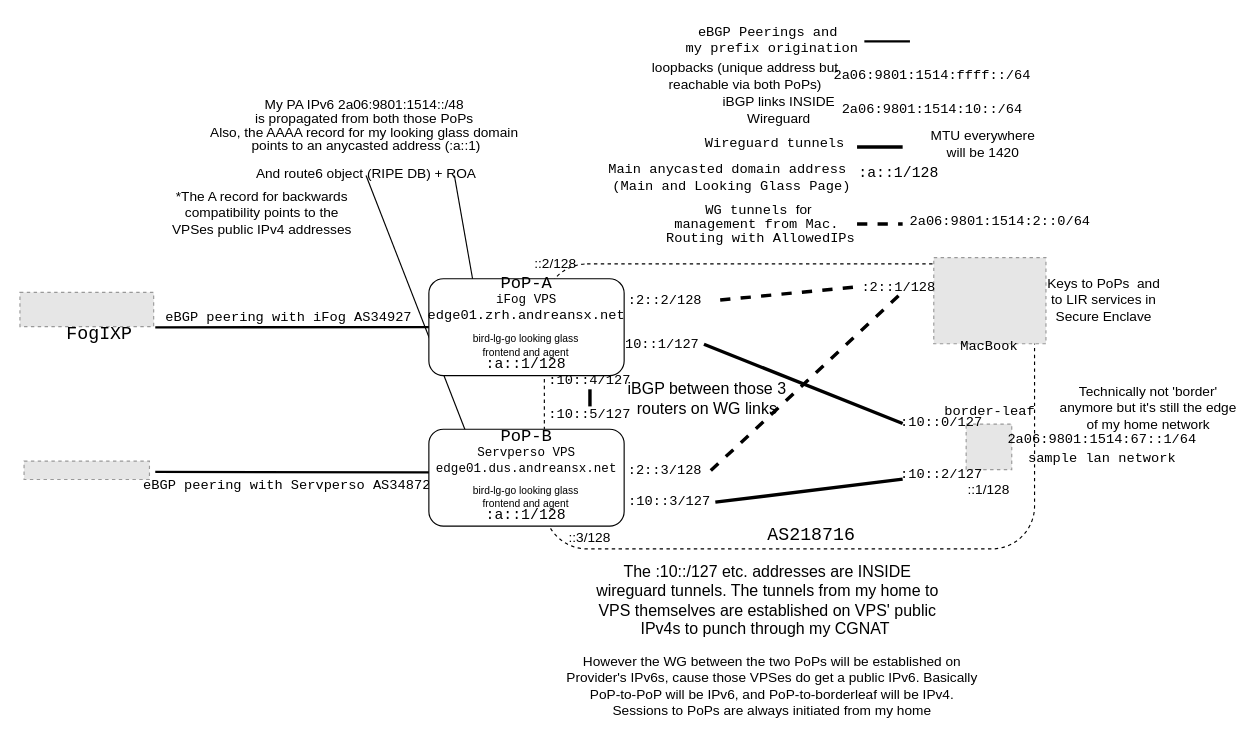
Above: media/ownassimplified.drawio in Andreansx/AS218716-Networking-lab (draw.io), before the change. Source tidied: cells renumbered, new cells numbered last; positions are measured from the earlier drawing's top-left corner, leaving out a move shared by most shapes. Both pictures are drawn from the tidied source at 114%, with x=0, y=0 at pixel (19, 24). Pictures stored in the file or linked from it are replaced by grey dashed boxes.
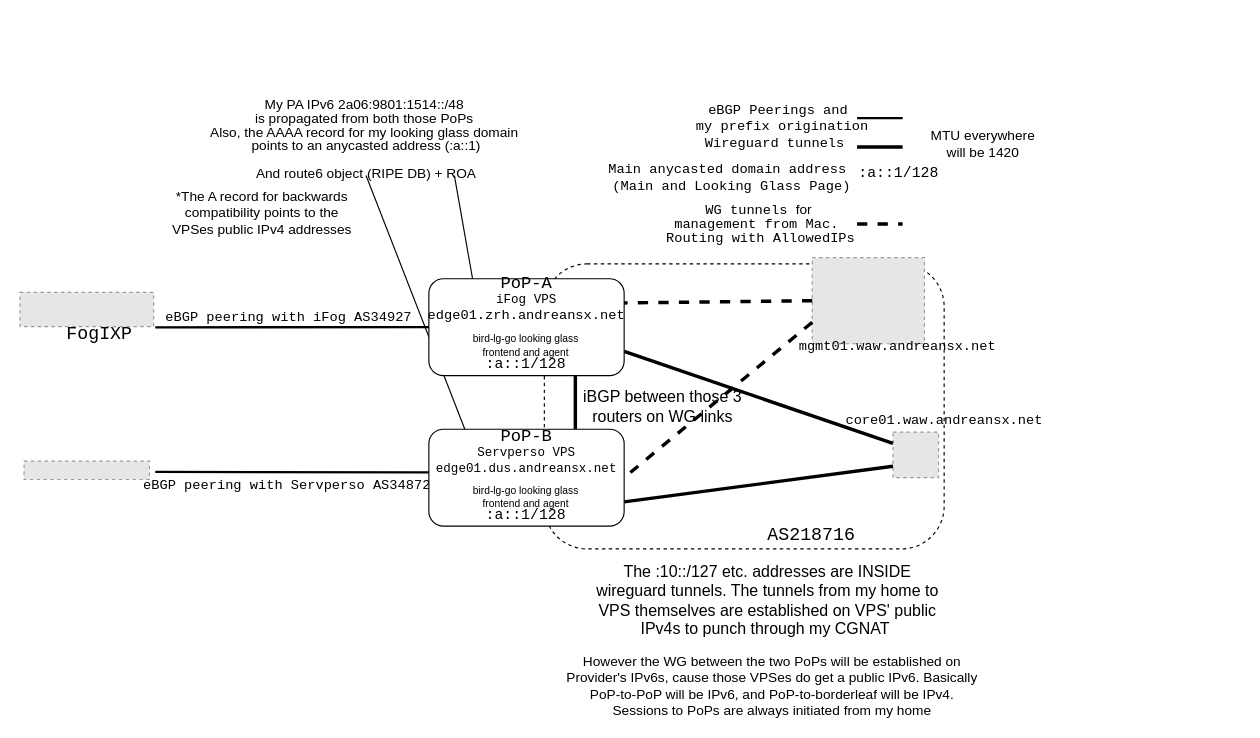
The same page after the edit.

Unchanged cells that the change refers to:
```xml
<mxCell id="38" style="rounded=1;whiteSpace=wrap;html=1;" parent="1" vertex="1">
  <mxGeometry x="358.7" y="223" width="171.3" height="85" as="geometry" />
</mxCell>
<mxCell id="41" style="rounded=1;whiteSpace=wrap;html=1;" parent="1" vertex="1">
  <mxGeometry x="358.7" y="355" width="171.3" height="85" as="geometry" />
</mxCell>
```

Change to the diagram source:
```diff
@@
     <mxCell id="2" style="rounded=1;whiteSpace=wrap;html=1;fillColor=none;dashed=1;" parent="1" vertex="1">
-      <mxGeometry x="460" y="210" width="430" height="250" as="geometry" />
+      <mxGeometry x="460" y="210" width="350.7" height="250" as="geometry" />
     </mxCell>
     <mxCell id="3" style="fillColor=#E6E6E6;strokeColor=#999999;dashed=1;verticalLabelPosition=bottom;verticalAlign=top;" parent="1" vertex="1">
-      <mxGeometry x="830" y="350.5" width="40" height="40" as="geometry" />
+      <mxGeometry x="765.8" y="357.5" width="40" height="40" as="geometry" />
     </mxCell>
-    <mxCell id="4" value="&lt;div style=&quot;line-height: 10%;&quot;&gt;&lt;pre&gt;border-leaf&lt;/pre&gt;&lt;/div&gt;" style="text;html=1;whiteSpace=wrap;strokeColor=none;fillColor=none;align=center;verticalAlign=middle;rounded=0;" parent="1" vertex="1">
-      <mxGeometry x="805.8" y="332" width="90" height="15" as="geometry" />
+    <mxCell id="4" value="&lt;div style=&quot;line-height: 10%;&quot;&gt;&lt;pre&gt;core01.waw.andreansx.net&lt;/pre&gt;&lt;/div&gt;" style="text;html=1;whiteSpace=wrap;strokeColor=none;fillColor=none;align=center;verticalAlign=middle;rounded=0;" parent="1" vertex="1">
+      <mxGeometry x="765.8" y="340" width="90" height="15" as="geometry" />
     </mxCell>
@@
     <mxCell id="10" value="&lt;p&gt;&lt;font style=&quot;font-size: 14px;&quot;&gt;iBGP between those 3 routers on WG links&lt;/font&gt;&lt;/p&gt;" style="text;html=1;whiteSpace=wrap;strokeColor=none;fillColor=none;align=center;verticalAlign=middle;rounded=0;" parent="1" vertex="1">
-      <mxGeometry x="523" y="312.5" width="160" height="30" as="geometry" />
+      <mxGeometry x="484.3" y="320" width="160" height="30" as="geometry" />
     </mxCell>
-    <mxCell id="11" value="::2/128" style="text;html=1;whiteSpace=wrap;strokeColor=none;fillColor=none;align=center;verticalAlign=middle;rounded=0;fontColor=light-dark(#000000,#3399FF);" parent="1" vertex="1">
-      <mxGeometry x="440" y="195" width="60" height="30" as="geometry" />
-    </mxCell>
-    <mxCell id="12" value="::3/128" style="text;html=1;whiteSpace=wrap;strokeColor=none;fillColor=none;align=center;verticalAlign=middle;rounded=0;fontColor=light-dark(#000000,#3399FF);" parent="1" vertex="1">
-      <mxGeometry x="470" y="435" width="60" height="30" as="geometry" />
-    </mxCell>
-    <mxCell id="13" value="::1/128" style="text;html=1;whiteSpace=wrap;strokeColor=none;fillColor=none;align=center;verticalAlign=middle;rounded=0;fontColor=light-dark(#000000,#3399FF);" parent="1" vertex="1">
-      <mxGeometry x="820" y="392.5" width="60" height="30" as="geometry" />
-    </mxCell>
-    <mxCell id="14" value="&lt;pre&gt;2a06:9801:1514:10::/64&lt;/pre&gt;" style="text;html=1;whiteSpace=wrap;strokeColor=none;fillColor=none;align=center;verticalAlign=middle;rounded=0;fontColor=light-dark(#000000,#FF3399);" parent="1" vertex="1">
-      <mxGeometry x="720.7" y="60" width="159.3" height="30" as="geometry" />
-    </mxCell>
-    <mxCell id="15" value="iBGP links INSIDE Wireguard" style="text;html=1;whiteSpace=wrap;strokeColor=none;fillColor=none;align=center;verticalAlign=middle;rounded=0;" parent="1" vertex="1">
-      <mxGeometry x="610.7" y="60" width="110" height="30" as="geometry" />
-    </mxCell>
-    <mxCell id="16" value="&lt;pre&gt;&lt;span style=&quot;&quot;&gt;2a06:9801:1514:ffff::/64&lt;/span&gt;&lt;/pre&gt;" style="text;html=1;whiteSpace=wrap;strokeColor=none;fillColor=none;align=center;verticalAlign=middle;rounded=0;fontColor=light-dark(#000000,#3399FF);" parent="1" vertex="1">
-      <mxGeometry x="720.7" y="30" width="159.3" height="30" as="geometry" />
-    </mxCell>
-    <mxCell id="17" value="loopbacks (unique address but reachable via both PoPs)" style="text;html=1;whiteSpace=wrap;strokeColor=none;fillColor=none;align=center;verticalAlign=middle;rounded=0;" parent="1" vertex="1">
-      <mxGeometry x="551.1" y="30" width="171.3" height="30" as="geometry" />
-    </mxCell>
-    <mxCell id="18" style="endArrow=none;html=1;rounded=0;entryX=0;entryY=0.5;entryDx=0;entryDy=0;strokeColor=light-dark(#000000,#88171A);strokeWidth=3;exitX=1;exitY=0.5;exitDx=0;exitDy=0;" parent="1" edge="1" source="22" target="19">
+    <mxCell id="18" style="endArrow=none;html=1;rounded=0;entryX=0;entryY=0.25;entryDx=0;entryDy=0;strokeColor=light-dark(#000000,#88171A);strokeWidth=3;exitX=1;exitY=0.75;exitDx=0;exitDy=0;" parent="1" edge="1" source="38" target="3">
       <mxGeometry relative="1" as="geometry" />
     </mxCell>
-    <mxCell id="19" value="&lt;pre&gt;:10::0/127&lt;/pre&gt;" style="text;html=1;whiteSpace=wrap;strokeColor=none;fillColor=none;align=center;verticalAlign=middle;rounded=0;fontColor=light-dark(#000000,#FF3399);" parent="1" vertex="1">
-      <mxGeometry x="774.3" y="342.5" width="69.3" height="15" as="geometry" />
-    </mxCell>
-    <mxCell id="20" style="endArrow=none;html=1;rounded=0;entryX=0;entryY=0.75;entryDx=0;entryDy=0;strokeColor=light-dark(#000000,#88171A);strokeWidth=3;exitX=1;exitY=0.5;exitDx=0;exitDy=0;" parent="1" edge="1" source="23" target="21">
+    <mxCell id="20" style="endArrow=none;html=1;rounded=0;entryX=0;entryY=0.75;entryDx=0;entryDy=0;strokeColor=light-dark(#000000,#88171A);strokeWidth=3;exitX=1;exitY=0.75;exitDx=0;exitDy=0;" parent="1" edge="1" source="41" target="3">
       <mxGeometry relative="1" as="geometry" />
     </mxCell>
-    <mxCell id="21" value="&lt;pre&gt;:10::2/127&lt;/pre&gt;" style="text;html=1;whiteSpace=wrap;strokeColor=none;fillColor=none;align=center;verticalAlign=middle;rounded=0;fontColor=light-dark(#000000,#FF3399);" parent="1" vertex="1">
-      <mxGeometry x="774.3" y="387.5" width="69.3" height="15" as="geometry" />
-    </mxCell>
-    <mxCell id="22" value="&lt;pre&gt;:10::1/127&lt;/pre&gt;" style="text;html=1;whiteSpace=wrap;strokeColor=none;fillColor=none;align=center;verticalAlign=middle;rounded=0;fontColor=light-dark(#000000,#FF3399);" parent="1" vertex="1">
-      <mxGeometry x="520" y="273" width="80" height="15" as="geometry" />
-    </mxCell>
-    <mxCell id="23" value="&lt;pre&gt;:10::3/127&lt;/pre&gt;" style="text;html=1;whiteSpace=wrap;strokeColor=none;fillColor=none;align=center;verticalAlign=middle;rounded=0;fontColor=light-dark(#000000,#FF3399);" parent="1" vertex="1">
-      <mxGeometry x="530" y="409" width="80" height="20" as="geometry" />
-    </mxCell>
-    <mxCell id="24" value="&lt;pre&gt;:10::4/127&lt;/pre&gt;" style="text;html=1;whiteSpace=wrap;strokeColor=none;fillColor=none;align=center;verticalAlign=middle;rounded=0;fontColor=light-dark(#000000,#FF3399);" parent="1" vertex="1">
-      <mxGeometry x="460" y="305" width="80" height="15" as="geometry" />
-    </mxCell>
-    <mxCell id="25" value="&lt;pre&gt;:10::5/127&lt;/pre&gt;" style="text;html=1;whiteSpace=wrap;strokeColor=none;fillColor=none;align=center;verticalAlign=middle;rounded=0;fontColor=light-dark(#000000,#FF3399);" parent="1" vertex="1">
-      <mxGeometry x="460" y="335" width="80" height="15" as="geometry" />
-    </mxCell>
-    <mxCell id="26" style="endArrow=none;html=1;rounded=0;strokeColor=light-dark(#000000,#88171A);strokeWidth=3;entryX=0.5;entryY=0;entryDx=0;entryDy=0;exitX=0.5;exitY=1;exitDx=0;exitDy=0;" parent="1" edge="1" source="24" target="25">
+    <mxCell id="26" style="endArrow=none;html=1;rounded=0;strokeColor=light-dark(#000000,#88171A);strokeWidth=3;exitX=0.75;exitY=1;exitDx=0;exitDy=0;entryX=0.75;entryY=0;entryDx=0;entryDy=0;" parent="1" edge="1" source="38" target="41">
       <mxGeometry relative="1" as="geometry" />
     </mxCell>
@@
-    <mxCell id="32" value="Technically not 'border' anymore but it's still the edge of my home network" style="text;html=1;whiteSpace=wrap;strokeColor=none;fillColor=none;align=center;verticalAlign=middle;rounded=0;" parent="1" vertex="1">
-      <mxGeometry x="910" y="320.5" width="160" height="30" as="geometry" />
-    </mxCell>
@@
     <mxCell id="34" style="endArrow=none;html=1;rounded=0;strokeWidth=2;strokeColor=light-dark(#000000,#99FF33);" parent="1" edge="1">
       <mxGeometry relative="1" as="geometry">
-        <mxPoint x="740.7" y="14.7" as="sourcePoint" />
-        <mxPoint x="780.7" y="14.7" as="targetPoint" />
+        <mxPoint x="734.3" y="82.2" as="sourcePoint" />
+        <mxPoint x="774.3" y="82.2" as="targetPoint" />
       </mxGeometry>
     </mxCell>
     <mxCell id="35" value="&lt;div style=&quot;line-height: 10%;&quot;&gt;&lt;pre&gt;eBGP Peerings and&amp;nbsp;&lt;/pre&gt;&lt;pre&gt;my prefix origination&lt;/pre&gt;&lt;/div&gt;" style="text;html=1;whiteSpace=wrap;strokeColor=none;fillColor=none;align=center;verticalAlign=middle;rounded=0;" parent="1" vertex="1">
-      <mxGeometry x="600" width="120" height="30" as="geometry" />
+      <mxGeometry x="608.6" y="67.5" width="120" height="30" as="geometry" />
     </mxCell>
@@
-    <mxCell id="37" value="&lt;div style=&quot;line-height: 30%;&quot;&gt;&lt;pre&gt;&lt;span style=&quot;color: light-dark(rgb(0, 0, 0), rgb(153, 255, 255));&quot;&gt;2a06:9801:1514:67::1/64&lt;/span&gt;&lt;/pre&gt;&lt;pre&gt;&lt;span style=&quot;color: light-dark(rgb(0, 0, 0), rgb(153, 255, 255));&quot;&gt;sample lan network&lt;/span&gt;&lt;/pre&gt;&lt;/div&gt;" style="text;html=1;whiteSpace=wrap;strokeColor=none;fillColor=none;align=center;verticalAlign=middle;rounded=0;fontColor=light-dark(#000000,#3399FF);" parent="1" vertex="1">
-      <mxGeometry x="870" y="357.5" width="159.3" height="30" as="geometry" />
+    <mxCell id="37" value="&lt;div style=&quot;line-height: 30%;&quot;&gt;&lt;pre&gt;&lt;br&gt;&lt;/pre&gt;&lt;/div&gt;" style="text;html=1;whiteSpace=wrap;strokeColor=none;fillColor=none;align=center;verticalAlign=middle;rounded=0;fontColor=light-dark(#000000,#3399FF);" parent="1" vertex="1">
+      <mxGeometry x="820" y="360.5" width="159.3" height="30" as="geometry" />
     </mxCell>
@@
     <mxCell id="52" style="fillColor=#E6E6E6;strokeColor=#999999;dashed=1;verticalLabelPosition=bottom;verticalAlign=top;" parent="1" vertex="1">
-      <mxGeometry x="801.6" y="204.5" width="98.4" height="75.5" as="geometry" />
+      <mxGeometry x="695" y="204.5" width="98.4" height="75.5" as="geometry" />
     </mxCell>
-    <mxCell id="53" value="&lt;div style=&quot;line-height: 10%;&quot;&gt;&lt;pre&gt;MacBook&lt;/pre&gt;&lt;/div&gt;" style="text;html=1;whiteSpace=wrap;strokeColor=none;fillColor=none;align=center;verticalAlign=middle;rounded=0;" parent="1" vertex="1">
-      <mxGeometry x="816.1" y="275" width="69.3" height="15" as="geometry" />
+    <mxCell id="53" value="&lt;div style=&quot;line-height: 10%;&quot;&gt;&lt;pre&gt;mgmt01.waw.andreansx.net&lt;/pre&gt;&lt;/div&gt;" style="text;html=1;whiteSpace=wrap;strokeColor=none;fillColor=none;align=center;verticalAlign=middle;rounded=0;" parent="1" vertex="1">
+      <mxGeometry x="710" y="275" width="120" height="15" as="geometry" />
     </mxCell>
-    <mxCell id="54" value="Keys to PoPs &amp;nbsp;and to LIR services in Secure Enclave" style="text;html=1;whiteSpace=wrap;strokeColor=none;fillColor=none;align=center;verticalAlign=middle;rounded=0;" parent="1" vertex="1">
-      <mxGeometry x="895.8" y="227" width="110" height="30" as="geometry" />
-    </mxCell>
@@
-    <mxCell id="57" style="endArrow=none;html=1;rounded=0;strokeColor=light-dark(#000000,#B266FF);strokeWidth=3;dashed=1;exitX=0;exitY=0.5;exitDx=0;exitDy=0;entryX=1;entryY=0.5;entryDx=0;entryDy=0;" parent="1" edge="1" source="58" target="59">
+    <mxCell id="57" style="endArrow=none;html=1;rounded=0;strokeColor=light-dark(#000000,#B266FF);strokeWidth=3;dashed=1;exitX=0;exitY=0.5;exitDx=0;exitDy=0;entryX=1;entryY=0.25;entryDx=0;entryDy=0;" parent="1" edge="1" source="52" target="38">
       <mxGeometry relative="1" as="geometry" />
     </mxCell>
-    <mxCell id="58" value="&lt;pre&gt;:2::1/128&lt;/pre&gt;" style="text;html=1;whiteSpace=wrap;strokeColor=none;fillColor=none;align=center;verticalAlign=middle;rounded=0;fontColor=light-dark(#000000,#B266FF);" parent="1" vertex="1">
-      <mxGeometry x="730.7" y="223" width="80" height="15" as="geometry" />
-    </mxCell>
-    <mxCell id="59" value="&lt;pre&gt;:2::2/128&lt;/pre&gt;" style="text;html=1;whiteSpace=wrap;strokeColor=none;fillColor=none;align=center;verticalAlign=middle;rounded=0;fontColor=light-dark(#000000,#B266FF);" parent="1" vertex="1">
-      <mxGeometry x="525.7" y="235" width="80" height="15" as="geometry" />
-    </mxCell>
-    <mxCell id="60" value="&lt;pre&gt;:2::3/128&lt;/pre&gt;" style="text;html=1;whiteSpace=wrap;strokeColor=none;fillColor=none;align=center;verticalAlign=middle;rounded=0;fontColor=light-dark(#000000,#B266FF);" parent="1" vertex="1">
-      <mxGeometry x="525.7" y="384.1" width="80" height="15" as="geometry" />
-    </mxCell>
-    <mxCell id="61" style="endArrow=none;html=1;rounded=0;strokeColor=light-dark(#000000,#B266FF);strokeWidth=3;dashed=1;exitX=0.5;exitY=1;exitDx=0;exitDy=0;entryX=1;entryY=0.5;entryDx=0;entryDy=0;" parent="1" edge="1" source="58" target="60">
+    <mxCell id="61" style="endArrow=none;html=1;rounded=0;strokeColor=light-dark(#000000,#B266FF);strokeWidth=3;dashed=1;exitX=0;exitY=0.75;exitDx=0;exitDy=0;entryX=1;entryY=0.5;entryDx=0;entryDy=0;" parent="1" edge="1" source="52" target="41">
       <mxGeometry relative="1" as="geometry" />
     </mxCell>
-    <mxCell id="62" value="&lt;pre&gt;2a06:9801:1514:2::0/64&lt;/pre&gt;" style="text;html=1;whiteSpace=wrap;strokeColor=none;fillColor=none;align=center;verticalAlign=middle;rounded=0;fontColor=light-dark(#000000,#B266FF);" parent="1" vertex="1">
-      <mxGeometry x="780" y="165" width="160" height="15" as="geometry" />
-    </mxCell>
```
